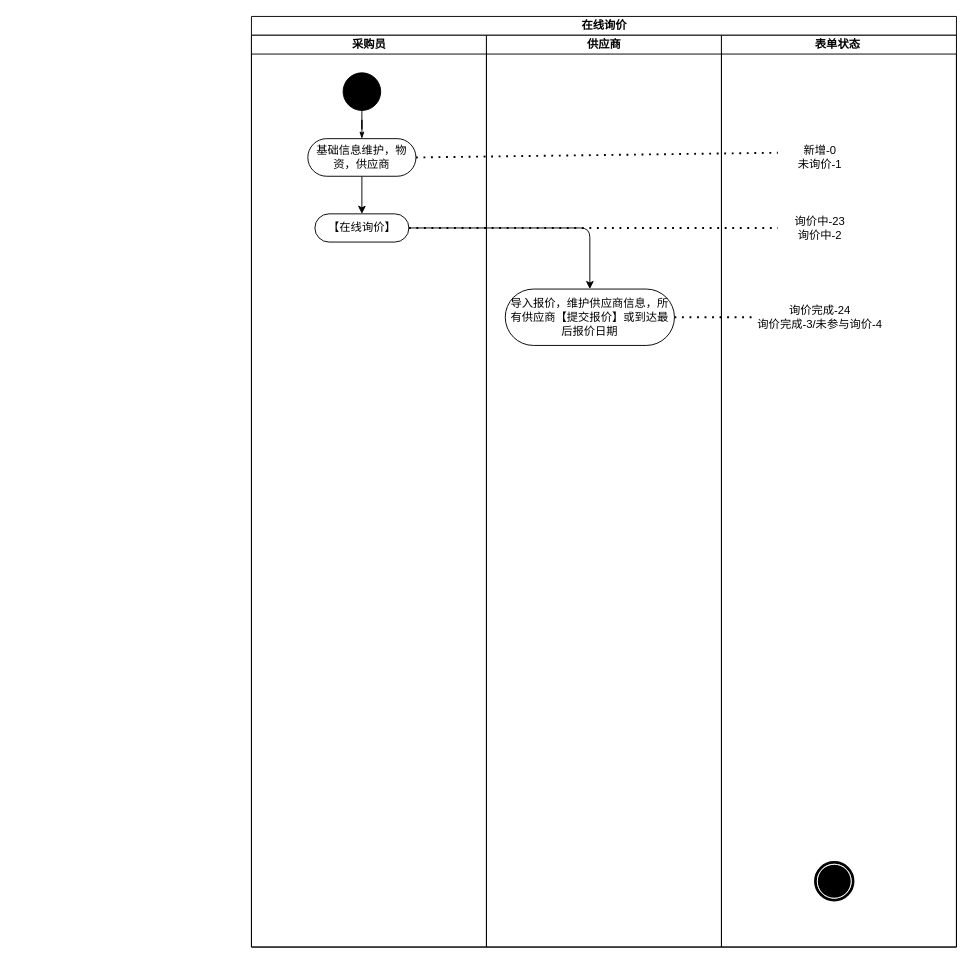
This is Untitled Diagram.drawio from alroy233/Vue, a draw.io file, before an edit. Source tidied: cells renumbered, new cells numbered last; positions are measured from the earlier drawing's top-left corner, leaving out a move shared by most shapes. Both pictures are drawn from the tidied source at 94%, with x=0, y=0 at pixel (251, 16).
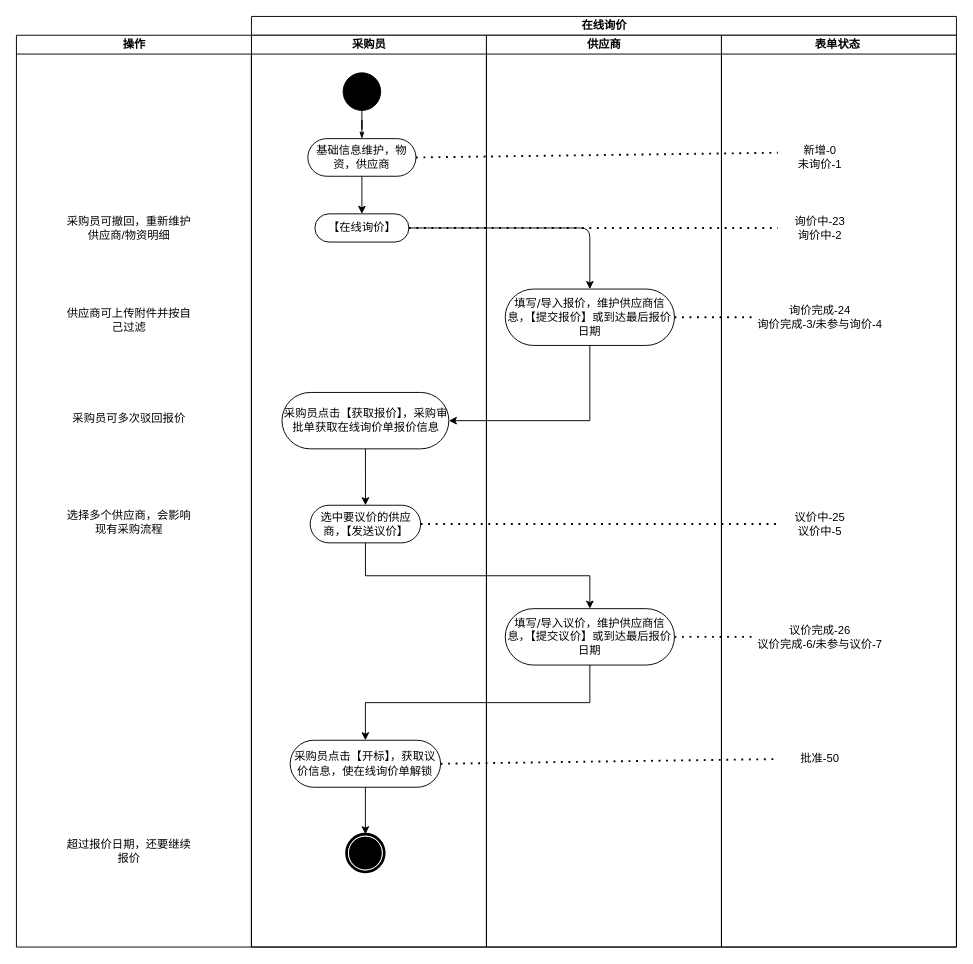
After the change.

The change refers to these unchanged cells:
```xml
<mxCell id="2" value="在线询价" style="swimlane;html=1;startSize=20;rounded=0;shadow=0;comic=0;labelBackgroundColor=none;strokeWidth=1;fontFamily=Verdana;fontSize=12;align=center;" parent="1" vertex="1">
  <mxGeometry width="750" height="990" as="geometry" />
</mxCell>
<mxCell id="3" value="采购员" style="swimlane;html=1;startSize=20;" parent="2" vertex="1">
  <mxGeometry y="20" width="250" height="970" as="geometry" />
</mxCell>
<mxCell id="10" value="供应商" style="swimlane;html=1;startSize=20;" parent="2" vertex="1">
  <mxGeometry x="250" y="20" width="250" height="970" as="geometry" />
</mxCell>
<mxCell id="12" value="表单状态&amp;nbsp;" style="swimlane;html=1;startSize=20;" parent="2" vertex="1">
  <mxGeometry x="500" y="20" width="250" height="970" as="geometry" />
</mxCell>
```

The edit, as a diff of the source:
```diff
@@
+    <mxCell id="20" style="edgeStyle=orthogonalEdgeStyle;rounded=0;jettySize=auto;html=1;exitX=0.5;exitY=1;exitDx=0;exitDy=0;" parent="3" edge="1" source="21" target="22">
+      <mxGeometry relative="1" as="geometry" />
+    </mxCell>
+    <mxCell id="21" value="采购员点击【获取报价】，采购审批单获取在线询价单报价信息" style="rounded=1;whiteSpace=wrap;html=1;shadow=0;comic=0;labelBackgroundColor=none;strokeWidth=1;fontFamily=Verdana;fontSize=12;align=center;arcSize=50;" parent="3" vertex="1">
+      <mxGeometry x="32.5" y="380" width="177.5" height="60" as="geometry" />
+    </mxCell>
+    <mxCell id="22" value="选中要议价的供应商，【发送议价】" style="rounded=1;whiteSpace=wrap;html=1;shadow=0;comic=0;labelBackgroundColor=none;strokeWidth=1;fontFamily=Verdana;fontSize=12;align=center;arcSize=50;" parent="3" vertex="1">
+      <mxGeometry x="62.5" y="500" width="117.5" height="40" as="geometry" />
+    </mxCell>
+    <mxCell id="23" style="edgeStyle=orthogonalEdgeStyle;rounded=0;jettySize=auto;html=1;exitX=0.5;exitY=1;exitDx=0;exitDy=0;" parent="3" edge="1" source="24" target="13">
+      <mxGeometry relative="1" as="geometry" />
+    </mxCell>
+    <mxCell id="24" value="采购员点击【开标】，获取议价信息，使在线询价单解锁" style="rounded=1;whiteSpace=wrap;html=1;shadow=0;comic=0;labelBackgroundColor=none;strokeWidth=1;fontFamily=Verdana;fontSize=12;align=center;arcSize=50;" parent="3" vertex="1">
+      <mxGeometry x="41.2" y="750" width="160" height="50" as="geometry" />
+    </mxCell>
+    <mxCell id="13" style="shape=mxgraph.bpmn.shape;html=1;verticalLabelPosition=bottom;labelBackgroundColor=#ffffff;verticalAlign=top;perimeter=ellipsePerimeter;outline=end;symbol=terminate;rounded=0;shadow=0;comic=0;strokeWidth=1;fontFamily=Verdana;fontSize=12;align=center;" parent="3" vertex="1">
+      <mxGeometry x="101.2" y="850" width="40" height="40" as="geometry" />
+    </mxCell>
@@
-    <mxCell id="11" value="导入报价，维护供应商信息，所有供应商【提交报价】或到达最后报价日期" style="rounded=1;whiteSpace=wrap;html=1;shadow=0;comic=0;labelBackgroundColor=none;strokeWidth=1;fontFamily=Verdana;fontSize=12;align=center;arcSize=50;" parent="10" vertex="1">
+    <mxCell id="11" value="填写/导入报价，维护供应商信息，【提交报价】或到达最后报价日期" style="rounded=1;whiteSpace=wrap;html=1;shadow=0;comic=0;labelBackgroundColor=none;strokeWidth=1;fontFamily=Verdana;fontSize=12;align=center;arcSize=50;" parent="10" vertex="1">
       <mxGeometry x="20" y="270" width="180" height="60" as="geometry" />
     </mxCell>
+    <mxCell id="25" value="填写/导入议价，维护供应商信息，【提交议价】或到达最后报价日期" style="rounded=1;whiteSpace=wrap;html=1;shadow=0;comic=0;labelBackgroundColor=none;strokeWidth=1;fontFamily=Verdana;fontSize=12;align=center;arcSize=50;" parent="10" vertex="1">
+      <mxGeometry x="20" y="610" width="180" height="60" as="geometry" />
+    </mxCell>
@@
-    <mxCell id="13" style="shape=mxgraph.bpmn.shape;html=1;verticalLabelPosition=bottom;labelBackgroundColor=#ffffff;verticalAlign=top;perimeter=ellipsePerimeter;outline=end;symbol=terminate;rounded=0;shadow=0;comic=0;strokeWidth=1;fontFamily=Verdana;fontSize=12;align=center;" parent="12" vertex="1">
-      <mxGeometry x="100" y="880" width="40" height="40" as="geometry" />
-    </mxCell>
@@
+    <mxCell id="26" value="议价中-25&lt;br&gt;议价中-5" style="text;html=1;strokeColor=none;fillColor=none;align=center;verticalAlign=middle;whiteSpace=wrap;rounded=0;" parent="12" vertex="1">
+      <mxGeometry x="60" y="500" width="90" height="40" as="geometry" />
+    </mxCell>
+    <mxCell id="27" value="议价完成-26&lt;br&gt;议价完成-6/未参与议价-7" style="text;html=1;strokeColor=none;fillColor=none;align=center;verticalAlign=middle;whiteSpace=wrap;rounded=0;" parent="12" vertex="1">
+      <mxGeometry x="35" y="620" width="140" height="40" as="geometry" />
+    </mxCell>
+    <mxCell id="28" value="批准-50" style="text;html=1;strokeColor=none;fillColor=none;align=center;verticalAlign=middle;whiteSpace=wrap;rounded=0;" parent="12" vertex="1">
+      <mxGeometry x="60" y="750" width="90" height="40" as="geometry" />
+    </mxCell>
@@
+    <mxCell id="29" style="edgeStyle=orthogonalEdgeStyle;rounded=0;jettySize=auto;html=1;exitX=0.5;exitY=1;exitDx=0;exitDy=0;entryX=1;entryY=0.5;entryDx=0;entryDy=0;" parent="2" edge="1" source="11" target="21">
+      <mxGeometry relative="1" as="geometry" />
+    </mxCell>
+    <mxCell id="30" style="endArrow=none;dashed=1;html=1;dashPattern=1 3;strokeWidth=2;exitX=1;exitY=0.5;exitDx=0;exitDy=0;entryX=0;entryY=0.5;entryDx=0;entryDy=0;" parent="2" edge="1" source="22" target="26">
+      <mxGeometry relative="1" as="geometry" />
+    </mxCell>
+    <mxCell id="31" style="edgeStyle=orthogonalEdgeStyle;rounded=0;jettySize=auto;html=1;exitX=0.5;exitY=1;exitDx=0;exitDy=0;" parent="2" edge="1" source="22" target="25">
+      <mxGeometry relative="1" as="geometry" />
+    </mxCell>
+    <mxCell id="32" style="endArrow=none;dashed=1;html=1;dashPattern=1 3;strokeWidth=2;entryX=0;entryY=0.5;entryDx=0;entryDy=0;exitX=1;exitY=0.5;exitDx=0;exitDy=0;" parent="2" edge="1" source="25" target="27">
+      <mxGeometry relative="1" as="geometry" />
+    </mxCell>
+    <mxCell id="33" style="edgeStyle=orthogonalEdgeStyle;rounded=0;jettySize=auto;html=1;exitX=0.5;exitY=1;exitDx=0;exitDy=0;entryX=0.5;entryY=0;entryDx=0;entryDy=0;" parent="2" edge="1" source="25" target="24">
+      <mxGeometry relative="1" as="geometry" />
+    </mxCell>
+    <mxCell id="34" style="endArrow=none;dashed=1;html=1;dashPattern=1 3;strokeWidth=2;exitX=1;exitY=0.5;exitDx=0;exitDy=0;entryX=0;entryY=0.5;entryDx=0;entryDy=0;" parent="2" edge="1" source="24" target="28">
+      <mxGeometry relative="1" as="geometry" />
+    </mxCell>
+    <mxCell id="35" value="操作" style="swimlane;html=1;startSize=20;" parent="1" vertex="1">
+      <mxGeometry x="-250" y="20" width="250" height="970" as="geometry" />
+    </mxCell>
+    <mxCell id="36" value="采购员可撤回，重新维护供应商/物资明细" style="text;html=1;strokeColor=none;fillColor=none;align=center;verticalAlign=middle;whiteSpace=wrap;rounded=0;" parent="35" vertex="1">
+      <mxGeometry x="50" y="187.5" width="140" height="35" as="geometry" />
+    </mxCell>
+    <mxCell id="37" value="供应商可上传附件并按自己过滤" style="text;html=1;strokeColor=none;fillColor=none;align=center;verticalAlign=middle;whiteSpace=wrap;rounded=0;" parent="35" vertex="1">
+      <mxGeometry x="50" y="285" width="140" height="35" as="geometry" />
+    </mxCell>
+    <mxCell id="38" value="采购员可多次驳回报价" style="text;html=1;strokeColor=none;fillColor=none;align=center;verticalAlign=middle;whiteSpace=wrap;rounded=0;" parent="35" vertex="1">
+      <mxGeometry x="50" y="390" width="140" height="35" as="geometry" />
+    </mxCell>
+    <mxCell id="39" value="超过报价日期，还要继续报价" style="text;html=1;strokeColor=none;fillColor=none;align=center;verticalAlign=middle;whiteSpace=wrap;rounded=0;" parent="35" vertex="1">
+      <mxGeometry x="50" y="850" width="140" height="35" as="geometry" />
+    </mxCell>
+    <mxCell id="40" value="选择多个供应商，会影响现有采购流程" style="text;html=1;strokeColor=none;fillColor=none;align=center;verticalAlign=middle;whiteSpace=wrap;rounded=0;" parent="35" vertex="1">
+      <mxGeometry x="50" y="500" width="140" height="35" as="geometry" />
+    </mxCell>
```
